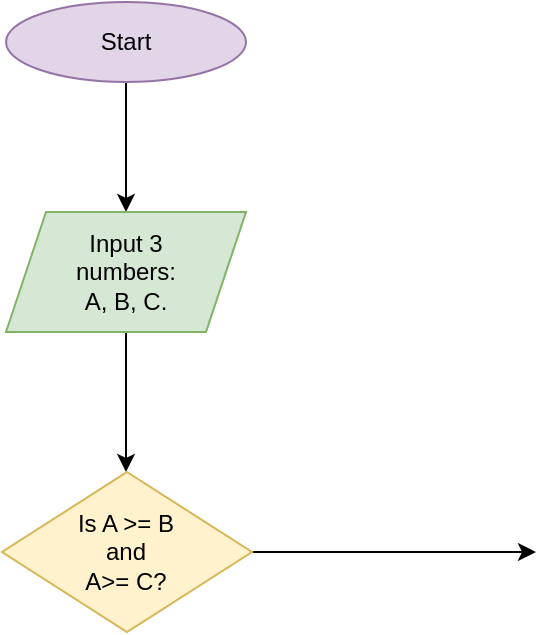
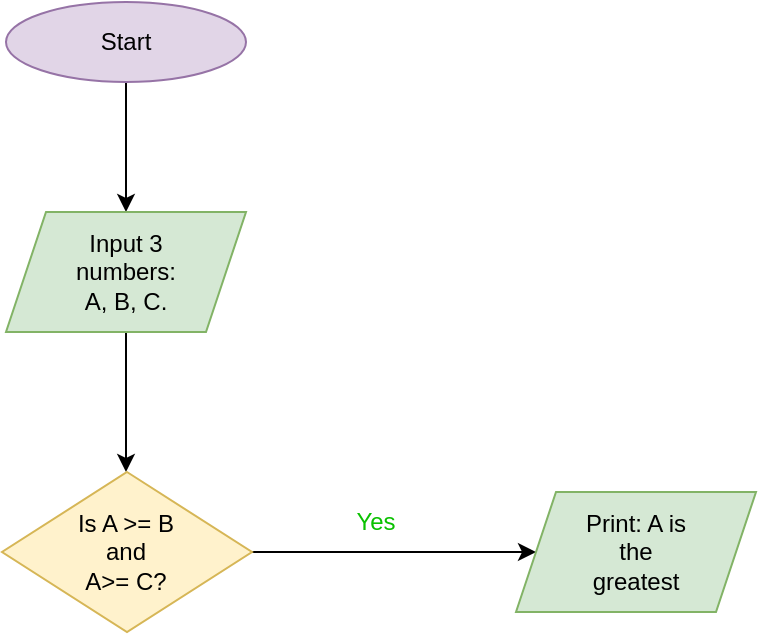
<mxfile host="app.diagrams.net">
  <diagram name="Page-1" id="JjNYBZxv__VariUKnO1o">
    <mxGraphModel dx="774" dy="2651" grid="1" gridSize="10" guides="1" tooltips="1" connect="1" arrows="1" fold="1" page="1" pageScale="1" pageWidth="850" pageHeight="1100" math="0" shadow="0">
      <root>
        <mxCell id="0" />
        <mxCell id="1" parent="0" />
        <mxCell id="4Aibpl8ResCS7P7MgqHY-4" edge="1" parent="1" source="diZT_lCHEcT7JEw0Gm0p-1" style="edgeStyle=orthogonalEdgeStyle;rounded=0;orthogonalLoop=1;jettySize=auto;html=1;exitX=0.5;exitY=1;exitDx=0;exitDy=0;">
          <mxGeometry relative="1" as="geometry">
            <mxPoint x="425" y="-2080" as="targetPoint" />
          </mxGeometry>
        </mxCell>
        <mxCell id="diZT_lCHEcT7JEw0Gm0p-1" parent="1" style="ellipse;whiteSpace=wrap;html=1;fillColor=#e1d5e7;strokeColor=#9673a6;" value="" vertex="1">
          <mxGeometry height="40" width="120" x="365" y="-2185" as="geometry" />
        </mxCell>
        <mxCell id="4Aibpl8ResCS7P7MgqHY-1" parent="1" style="text;html=1;whiteSpace=wrap;strokeColor=none;fillColor=none;align=center;verticalAlign=middle;rounded=0;" value="Start" vertex="1">
          <mxGeometry height="30" width="60" x="395" y="-2180" as="geometry" />
        </mxCell>
        <mxCell id="4Aibpl8ResCS7P7MgqHY-9" edge="1" parent="1" source="4Aibpl8ResCS7P7MgqHY-5" style="edgeStyle=orthogonalEdgeStyle;rounded=0;orthogonalLoop=1;jettySize=auto;html=1;exitX=0.5;exitY=1;exitDx=0;exitDy=0;">
          <mxGeometry relative="1" as="geometry">
            <mxPoint x="425" y="-1950" as="targetPoint" />
          </mxGeometry>
        </mxCell>
        <mxCell id="4Aibpl8ResCS7P7MgqHY-5" parent="1" style="shape=parallelogram;perimeter=parallelogramPerimeter;whiteSpace=wrap;html=1;fixedSize=1;fillColor=#d5e8d4;strokeColor=#82b366;" value="" vertex="1">
          <mxGeometry height="60" width="120" x="365" y="-2080" as="geometry" />
        </mxCell>
        <mxCell id="4Aibpl8ResCS7P7MgqHY-6" parent="1" style="text;html=1;whiteSpace=wrap;strokeColor=none;fillColor=none;align=center;verticalAlign=middle;rounded=0;" value="Input 3 numbers: A, B, C." vertex="1">
          <mxGeometry height="30" width="60" x="395" y="-2065" as="geometry" />
        </mxCell>
        <mxCell id="4Aibpl8ResCS7P7MgqHY-13" edge="1" parent="1" source="4Aibpl8ResCS7P7MgqHY-11" style="edgeStyle=orthogonalEdgeStyle;rounded=0;orthogonalLoop=1;jettySize=auto;html=1;exitX=1;exitY=0.5;exitDx=0;exitDy=0;">
          <mxGeometry relative="1" as="geometry">
            <mxPoint x="630" y="-1910" as="targetPoint" />
          </mxGeometry>
        </mxCell>
        <mxCell id="4Aibpl8ResCS7P7MgqHY-11" parent="1" style="rhombus;whiteSpace=wrap;html=1;fillColor=#fff2cc;strokeColor=#d6b656;" value="" vertex="1">
          <mxGeometry height="80" width="125" x="363" y="-1950" as="geometry" />
        </mxCell>
        <mxCell id="4Aibpl8ResCS7P7MgqHY-12" parent="1" style="text;html=1;whiteSpace=wrap;strokeColor=none;fillColor=none;align=center;verticalAlign=middle;rounded=0;" value="Is A &amp;gt;= B and&lt;div&gt;A&amp;gt;= C?&lt;/div&gt;" vertex="1">
          <mxGeometry height="30" width="60" x="395" y="-1925" as="geometry" />
        </mxCell>
+         <mxCell id="Ro31n1QqGdBNYgxVjA73-1" parent="1" style="text;html=1;whiteSpace=wrap;strokeColor=none;fillColor=none;align=center;verticalAlign=middle;rounded=0;fontColor=#0AC100;" value="Yes" vertex="1">
+           <mxGeometry height="30" width="60" x="520" y="-1940" as="geometry" />
+         </mxCell>
+         <mxCell id="Ro31n1QqGdBNYgxVjA73-2" parent="1" style="shape=parallelogram;perimeter=parallelogramPerimeter;whiteSpace=wrap;html=1;fixedSize=1;fillColor=#d5e8d4;strokeColor=#82b366;" value="" vertex="1">
+           <mxGeometry height="60" width="120" x="620" y="-1940" as="geometry" />
+         </mxCell>
+         <mxCell id="Ro31n1QqGdBNYgxVjA73-3" parent="1" style="text;html=1;whiteSpace=wrap;strokeColor=none;fillColor=none;align=center;verticalAlign=middle;rounded=0;" value="Print: A is the greatest" vertex="1">
+           <mxGeometry height="30" width="60" x="650" y="-1925" as="geometry" />
+         </mxCell>
      </root>
    </mxGraphModel>
  </diagram>
</mxfile>
